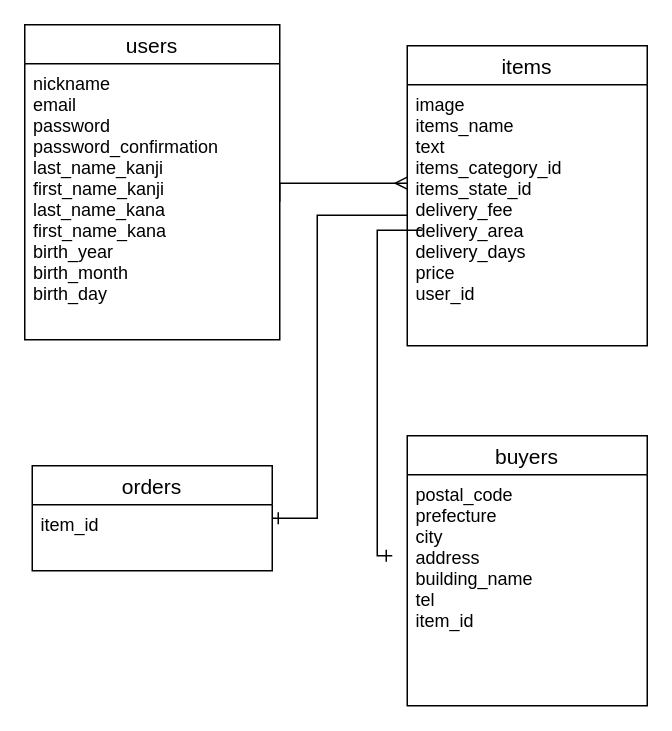
Above: furimaE-R.dio in shima159753/furima-34376 (draw.io), before the change. Source tidied: cells renumbered, new cells numbered last; positions are measured from the earlier drawing's top-left corner, leaving out a move shared by most shapes. Both pictures are drawn from the tidied source at 150%, with x=0, y=0 at pixel (24, 24).
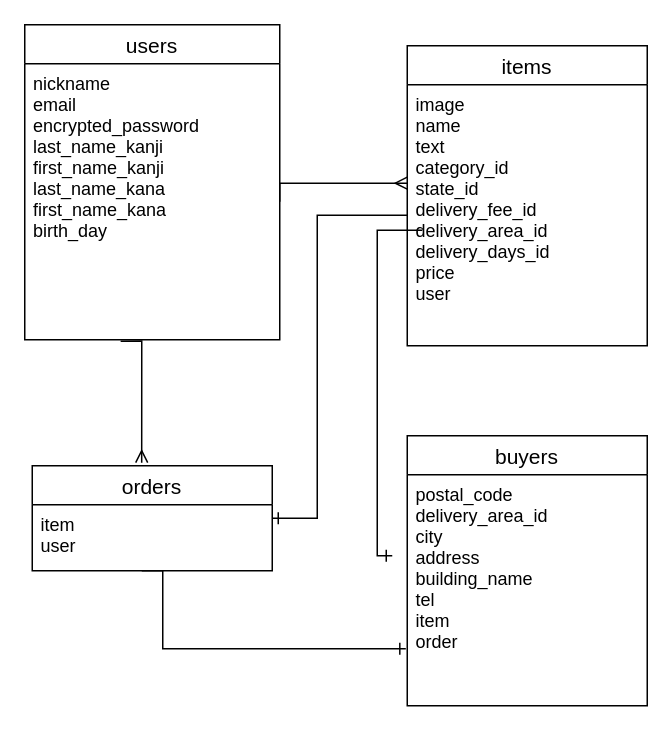
The same diagram, later.

Commit message (it also covers changes not shown here):
データベース修正1

The change refers to these unchanged cells:
```xml
<mxCell id="2" value="users" style="swimlane;fontStyle=0;horizontal=1;startSize=26;align=center;fontSize=14;" parent="1" vertex="1">
  <mxGeometry width="170" height="210" as="geometry" />
</mxCell>
<mxCell id="4" value="items" style="swimlane;fontStyle=0;horizontal=1;startSize=26;align=center;fontSize=14;" parent="1" vertex="1">
  <mxGeometry x="255" y="14" width="160" height="200" as="geometry" />
</mxCell>
<mxCell id="6" value="buyers" style="swimlane;fontStyle=0;horizontal=1;startSize=26;align=center;fontSize=14;" parent="1" vertex="1">
  <mxGeometry x="255" y="274" width="160" height="180" as="geometry" />
</mxCell>
<mxCell id="9" value="orders" style="swimlane;fontStyle=0;horizontal=1;startSize=26;align=center;fontSize=14;" parent="1" vertex="1">
  <mxGeometry x="5" y="294" width="160" height="70" as="geometry" />
</mxCell>
```

The edit, as a diff of the source:
```diff
@@
-    <mxCell id="3" value="nickname&#10;email&#10;password&#10;password_confirmation&#10;last_name_kanji&#10;first_name_kanji&#10;last_name_kana&#10;first_name_kana&#10;birth_year&#10;birth_month&#10;birth_day" style="text;strokeColor=none;fillColor=none;spacingLeft=4;spacingRight=4;overflow=hidden;points=[[0,0.5],[1,0.5]];portConstraint=eastwest;fontSize=12;" parent="2" vertex="1">
+    <mxCell id="3" value="nickname&#10;email&#10;encrypted_password&#10;last_name_kanji&#10;first_name_kanji&#10;last_name_kana&#10;first_name_kana&#10;birth_day" style="text;strokeColor=none;fillColor=none;spacingLeft=4;spacingRight=4;overflow=hidden;points=[[0,0.5],[1,0.5]];portConstraint=eastwest;fontSize=12;" parent="2" vertex="1">
       <mxGeometry y="26" width="170" height="184" as="geometry" />
     </mxCell>
@@
-    <mxCell id="5" value="image&#10;items_name&#10;text&#10;items_category_id&#10;items_state_id&#10;delivery_fee&#10;delivery_area&#10;delivery_days&#10;price&#10;user_id&#10;" style="text;strokeColor=none;fillColor=none;spacingLeft=4;spacingRight=4;overflow=hidden;points=[[0,0.5],[1,0.5]];portConstraint=eastwest;fontSize=12;" parent="4" vertex="1">
+    <mxCell id="5" value="image&#10;name&#10;text&#10;category_id&#10;state_id&#10;delivery_fee_id&#10;delivery_area_id&#10;delivery_days_id&#10;price&#10;user&#10;" style="text;strokeColor=none;fillColor=none;spacingLeft=4;spacingRight=4;overflow=hidden;points=[[0,0.5],[1,0.5]];portConstraint=eastwest;fontSize=12;" parent="4" vertex="1">
       <mxGeometry y="26" width="160" height="174" as="geometry" />
     </mxCell>
@@
-    <mxCell id="7" value="postal_code&#10;prefecture&#10;city&#10;address&#10;building_name&#10;tel&#10;item_id" style="text;strokeColor=none;fillColor=none;spacingLeft=4;spacingRight=4;overflow=hidden;points=[[0,0.5],[1,0.5]];portConstraint=eastwest;fontSize=12;" parent="6" vertex="1">
+    <mxCell id="7" value="postal_code&#10;delivery_area_id&#10;city&#10;address&#10;building_name&#10;tel&#10;item&#10;order" style="text;strokeColor=none;fillColor=none;spacingLeft=4;spacingRight=4;overflow=hidden;points=[[0,0.5],[1,0.5]];portConstraint=eastwest;fontSize=12;" parent="6" vertex="1">
       <mxGeometry y="26" width="160" height="154" as="geometry" />
     </mxCell>
@@
-    <mxCell id="10" value="item_id&#10;" style="text;strokeColor=none;fillColor=none;spacingLeft=4;spacingRight=4;overflow=hidden;fontSize=12;" parent="9" vertex="1">
+    <mxCell id="10" value="item&#10;user&#10;" style="text;strokeColor=none;fillColor=none;spacingLeft=4;spacingRight=4;overflow=hidden;fontSize=12;" parent="9" vertex="1">
       <mxGeometry y="26" width="160" height="44" as="geometry" />
     </mxCell>
@@
+    <mxCell id="13" style="edgeStyle=orthogonalEdgeStyle;rounded=0;jettySize=auto;html=1;exitX=0.376;exitY=1.005;exitDx=0;exitDy=0;entryX=0.456;entryY=-0.029;entryDx=0;entryDy=0;entryPerimeter=0;endArrow=ERmany;endFill=0;exitPerimeter=0;" parent="1" edge="1" source="3" target="9">
+      <mxGeometry relative="1" as="geometry">
+        <Array as="points">
+          <mxPoint x="78" y="211" />
+        </Array>
+      </mxGeometry>
+    </mxCell>
+    <mxCell id="14" style="edgeStyle=orthogonalEdgeStyle;rounded=0;jettySize=auto;html=1;exitX=0.376;exitY=1.005;exitDx=0;exitDy=0;entryX=-0.006;entryY=0.753;entryDx=0;entryDy=0;entryPerimeter=0;endArrow=ERone;endFill=0;exitPerimeter=0;" parent="1" edge="1" target="7">
+      <mxGeometry relative="1" as="geometry">
+        <mxPoint x="78" y="364" as="sourcePoint" />
+        <Array as="points">
+          <mxPoint x="92" y="364" />
+          <mxPoint x="92" y="416" />
+        </Array>
+      </mxGeometry>
+    </mxCell>
```
